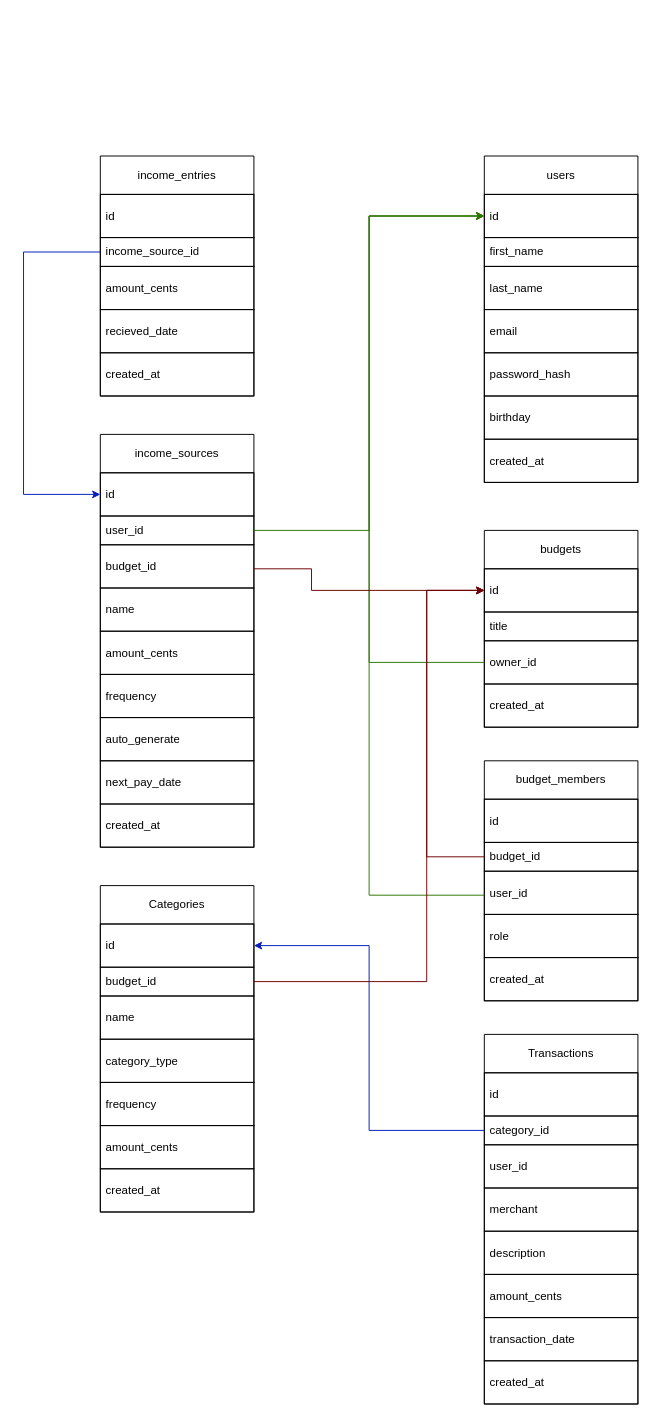
Earlier version of the draw.io diagram docs/sql_table_diagram.drawio (Jmspencer41/budget-app). Source tidied: cells renumbered, new cells numbered last; positions are measured from the earlier drawing's top-left corner, leaving out a move shared by most shapes. Both pictures are drawn from the tidied source at 96%, with x=0, y=0 at pixel (23, 156).
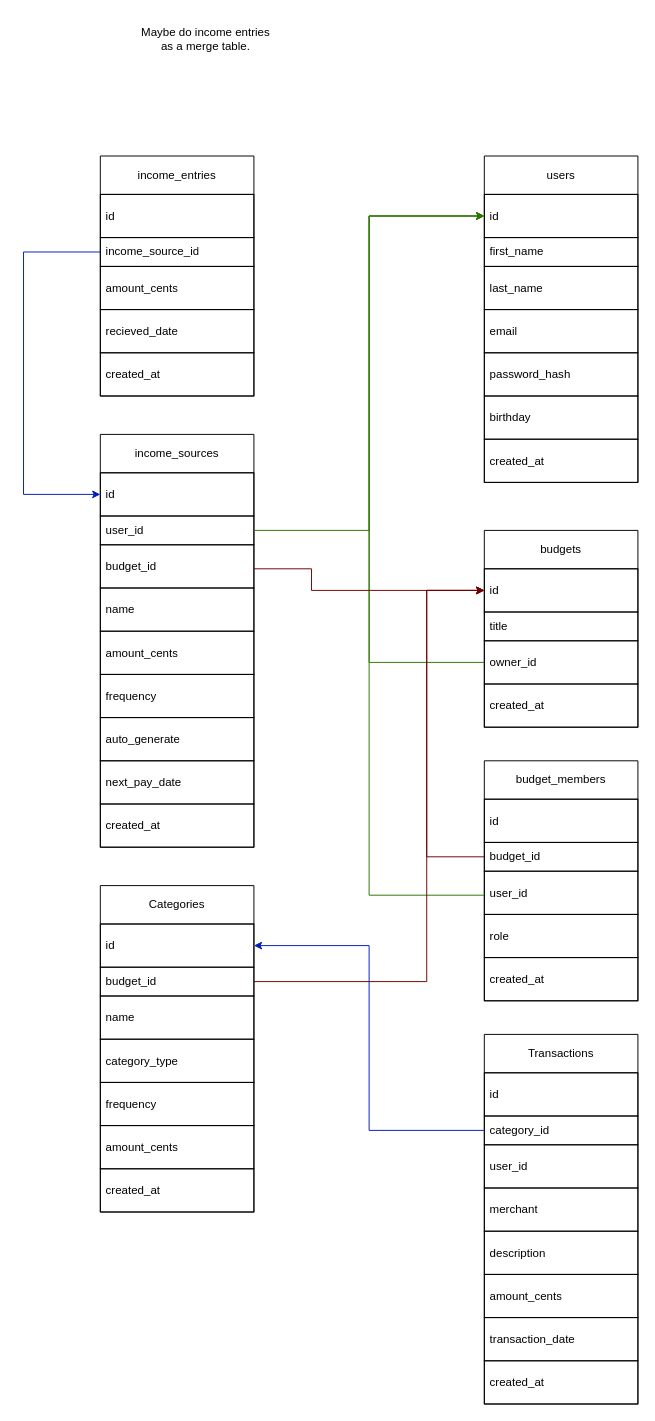
After the change.

Diff of the diagram source:
```diff
@@
+    <mxCell id="62" value="Maybe do income entries as a merge table." style="text;html=1;whiteSpace=wrap;strokeColor=none;fillColor=none;align=center;verticalAlign=middle;rounded=0;" parent="1" vertex="1">
+      <mxGeometry x="120" y="-145" width="140" height="45" as="geometry" />
+    </mxCell>
```
